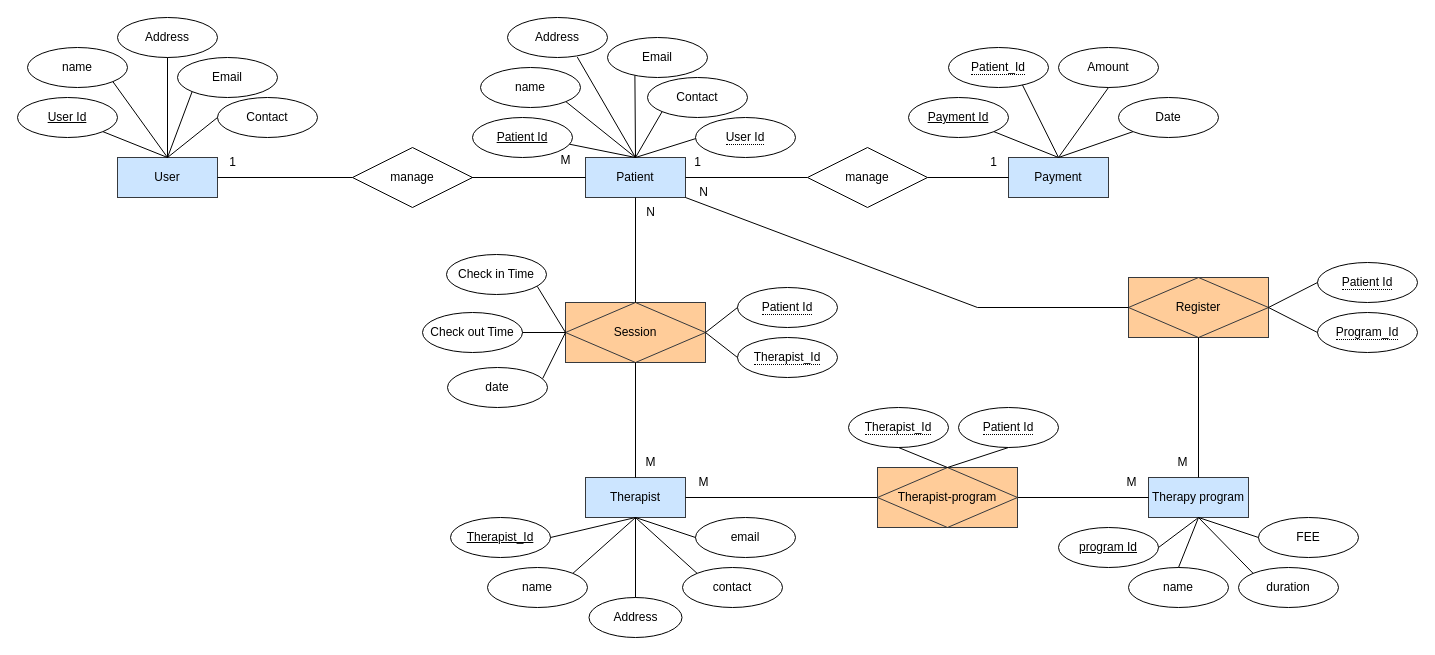
The draw.io diagram src/main/resources/ERDiagrem/Er For Hibernate.drawio in Dinuka0512/The-Serenity-Mental-Health-Therapy-Center, before the edit. Source tidied: cells renumbered, new cells numbered last; positions are measured from the earlier drawing's top-left corner, leaving out a move shared by most shapes. Both pictures are drawn from the tidied source at 100%, with x=0, y=0 at pixel (17, 17).
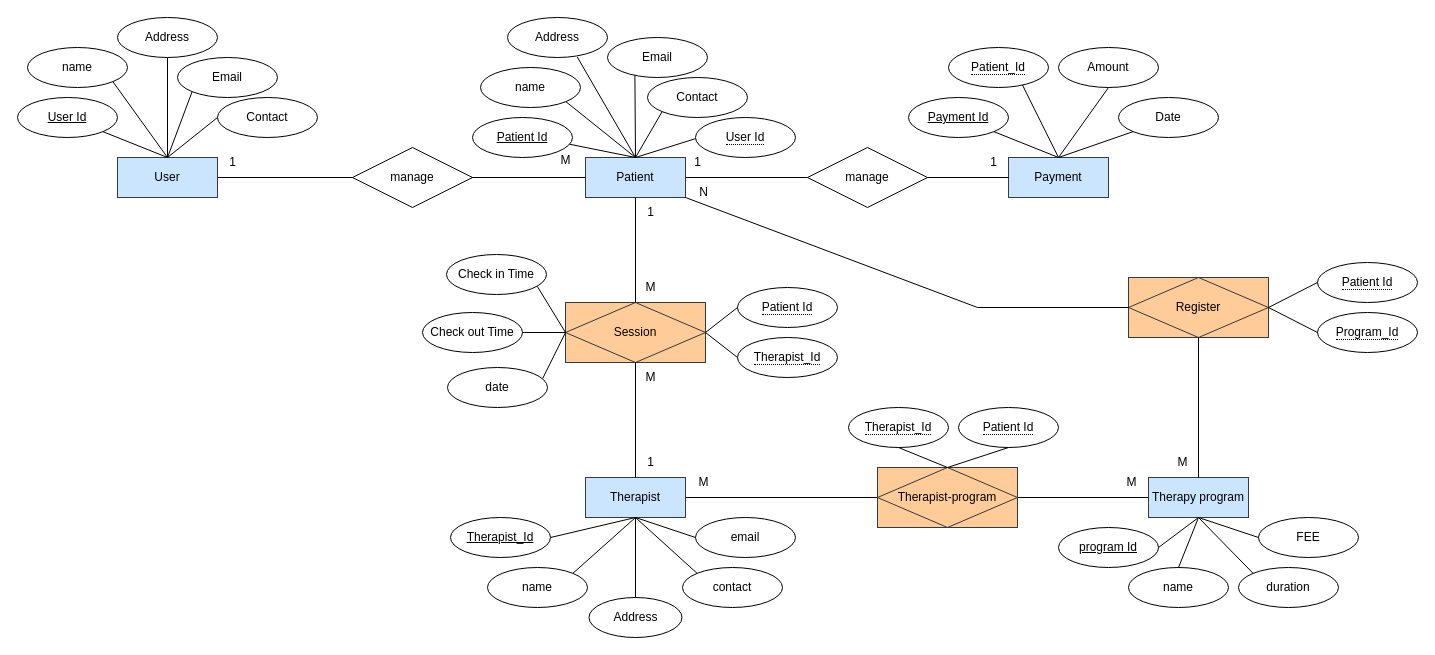
The same page after the edit.

Diff of the diagram source:
```diff
@@
-    <mxCell id="40" value="M" style="text;html=1;align=center;verticalAlign=middle;strokeColor=none;fillColor=none;" parent="1" vertex="1">
+    <mxCell id="40" value="1" style="text;html=1;align=center;verticalAlign=middle;strokeColor=none;fillColor=none;" parent="1" vertex="1">
       <mxGeometry x="618" y="430" width="30" height="30" as="geometry" />
     </mxCell>
-    <mxCell id="41" value="N" style="text;html=1;align=center;verticalAlign=middle;strokeColor=none;fillColor=none;" parent="1" vertex="1">
+    <mxCell id="41" value="1" style="text;html=1;align=center;verticalAlign=middle;strokeColor=none;fillColor=none;" parent="1" vertex="1">
       <mxGeometry x="618" y="180" width="30" height="30" as="geometry" />
     </mxCell>
@@
+    <mxCell id="98" value="M" style="text;html=1;align=center;verticalAlign=middle;strokeColor=none;fillColor=none;" parent="1" vertex="1">
+      <mxGeometry x="618" y="255" width="30" height="30" as="geometry" />
+    </mxCell>
+    <mxCell id="99" value="M" style="text;html=1;align=center;verticalAlign=middle;strokeColor=none;fillColor=none;" parent="1" vertex="1">
+      <mxGeometry x="618" y="345" width="30" height="30" as="geometry" />
+    </mxCell>
```
